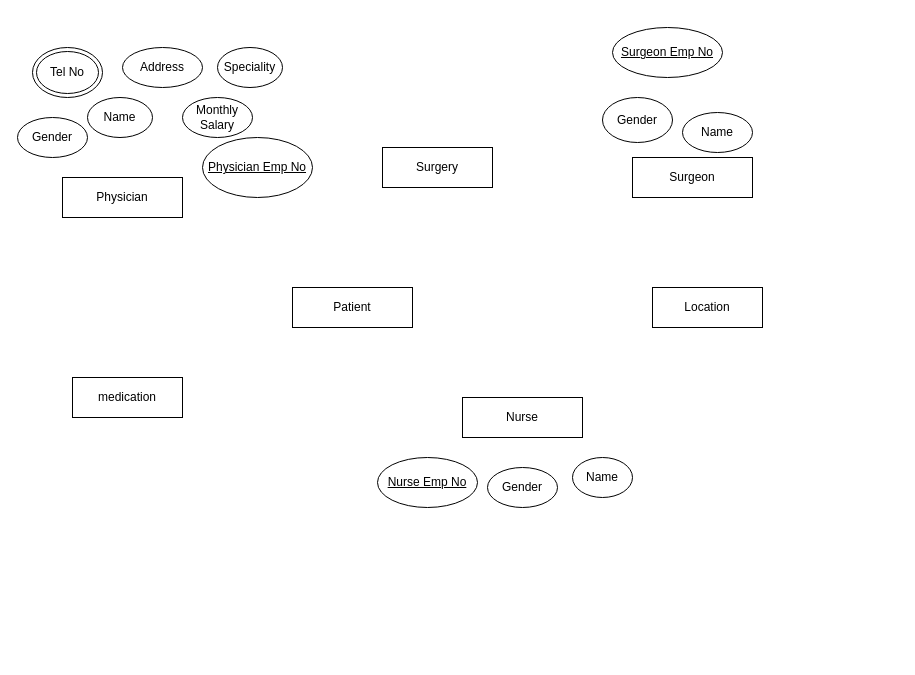
Earlier version of the draw.io diagram Practice Test ER Diagram.drawio (ImaDeSara/ImaDeSara). Source tidied: cells renumbered, new cells numbered last; positions are measured from the earlier drawing's top-left corner, leaving out a move shared by most shapes. Both pictures are drawn from the tidied source at 100%, with x=0, y=0 at pixel (17, 27).
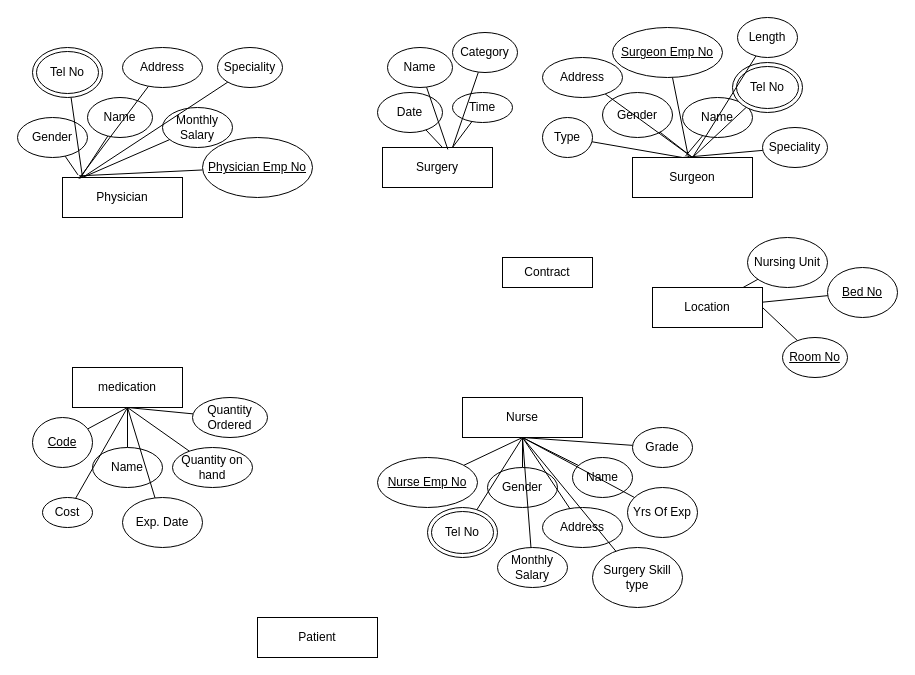
The same diagram, later.

The change refers to these unchanged cells:
```xml
<mxCell id="2" value="Surgeon" style="rounded=0;whiteSpace=wrap;html=1;" parent="1" vertex="1">
  <mxGeometry x="615" y="130" width="120" height="40" as="geometry" />
</mxCell>
<mxCell id="3" value="Physician" style="rounded=0;whiteSpace=wrap;html=1;" parent="1" vertex="1">
  <mxGeometry x="45" y="150" width="120" height="40" as="geometry" />
</mxCell>
<mxCell id="4" value="Nurse" style="rounded=0;whiteSpace=wrap;html=1;" parent="1" vertex="1">
  <mxGeometry x="445" y="370" width="120" height="40" as="geometry" />
</mxCell>
<mxCell id="7" value="Location" style="rounded=0;whiteSpace=wrap;html=1;" parent="1" vertex="1">
  <mxGeometry x="635" y="260" width="110" height="40" as="geometry" />
</mxCell>
<mxCell id="8" value="Surgery" style="rounded=0;whiteSpace=wrap;html=1;" parent="1" vertex="1">
  <mxGeometry x="365" y="120" width="110" height="40" as="geometry" />
</mxCell>
<mxCell id="9" value="&lt;u&gt;Physician Emp No&lt;/u&gt;" style="ellipse;whiteSpace=wrap;html=1;" parent="1" vertex="1">
  <mxGeometry x="185" y="110" width="110" height="60" as="geometry" />
</mxCell>
<mxCell id="10" value="Name" style="ellipse;whiteSpace=wrap;html=1;" parent="1" vertex="1">
  <mxGeometry x="70" y="70" width="65" height="40" as="geometry" />
</mxCell>
<mxCell id="11" value="Gender" style="ellipse;whiteSpace=wrap;html=1;" parent="1" vertex="1">
  <mxGeometry y="90" width="70" height="40" as="geometry" />
</mxCell>
<mxCell id="13" value="Speciality" style="ellipse;whiteSpace=wrap;html=1;" parent="1" vertex="1">
  <mxGeometry x="200" y="20" width="65" height="40" as="geometry" />
</mxCell>
<mxCell id="14" value="Address" style="ellipse;whiteSpace=wrap;html=1;" parent="1" vertex="1">
  <mxGeometry x="105" y="20" width="80" height="40" as="geometry" />
</mxCell>
<mxCell id="15" value="Tel No" style="ellipse;shape=doubleEllipse;whiteSpace=wrap;html=1;" parent="1" vertex="1">
  <mxGeometry x="15" y="20" width="70" height="50" as="geometry" />
</mxCell>
<mxCell id="16" value="Name" style="ellipse;whiteSpace=wrap;html=1;" parent="1" vertex="1">
  <mxGeometry x="555" y="430" width="60" height="40" as="geometry" />
</mxCell>
<mxCell id="19" value="Gender" style="ellipse;whiteSpace=wrap;html=1;" parent="1" vertex="1">
  <mxGeometry x="470" y="440" width="70" height="40" as="geometry" />
</mxCell>
<mxCell id="20" value="&lt;u&gt;Surgeon Emp No&lt;/u&gt;" style="ellipse;whiteSpace=wrap;html=1;" parent="1" vertex="1">
  <mxGeometry x="595" width="110" height="50" as="geometry" />
</mxCell>
<mxCell id="21" value="&lt;u&gt;Nurse Emp No&lt;/u&gt;" style="ellipse;whiteSpace=wrap;html=1;" parent="1" vertex="1">
  <mxGeometry x="360" y="430" width="100" height="50" as="geometry" />
</mxCell>
```

Diff of the diagram source:
```diff
@@
     <mxCell id="5" value="medication" style="rounded=0;whiteSpace=wrap;html=1;" parent="1" vertex="1">
-      <mxGeometry x="55" y="350" width="110" height="40" as="geometry" />
+      <mxGeometry x="55" y="340" width="110" height="40" as="geometry" />
     </mxCell>
     <mxCell id="6" value="Patient" style="rounded=0;whiteSpace=wrap;html=1;" parent="1" vertex="1">
-      <mxGeometry x="275" y="260" width="120" height="40" as="geometry" />
+      <mxGeometry x="240" y="590" width="120" height="40" as="geometry" />
     </mxCell>
@@
+    <mxCell id="22" style="edgeStyle=none;rounded=0;jettySize=auto;html=1;entryX=0.137;entryY=-0.041;entryDx=0;entryDy=0;entryPerimeter=0;endArrow=none;endFill=0;" parent="1" edge="1" source="9" target="3">
+      <mxGeometry relative="1" as="geometry" />
+    </mxCell>
@@
+    <mxCell id="23" style="edgeStyle=none;rounded=0;jettySize=auto;html=1;entryX=0.145;entryY=0.03;entryDx=0;entryDy=0;entryPerimeter=0;endArrow=none;endFill=0;" parent="1" edge="1" source="10" target="3">
+      <mxGeometry relative="1" as="geometry" />
+    </mxCell>
@@
+    <mxCell id="24" style="rounded=0;jettySize=auto;html=1;entryX=0.129;entryY=-0.065;entryDx=0;entryDy=0;entryPerimeter=0;endArrow=none;endFill=0;" parent="1" edge="1" source="11" target="3">
+      <mxGeometry relative="1" as="geometry" />
+    </mxCell>
@@
+    <mxCell id="25" style="edgeStyle=none;rounded=0;jettySize=auto;html=1;endArrow=none;endFill=0;" parent="1" edge="1" source="12">
+      <mxGeometry relative="1" as="geometry">
+        <mxPoint x="65" y="150" as="targetPoint" />
+      </mxGeometry>
+    </mxCell>
     <mxCell id="12" value="Monthly Salary" style="ellipse;whiteSpace=wrap;html=1;" parent="1" vertex="1">
-      <mxGeometry x="165" y="70" width="70" height="40" as="geometry" />
+      <mxGeometry x="145" y="80" width="70" height="40" as="geometry" />
     </mxCell>
+    <mxCell id="26" style="edgeStyle=none;rounded=0;jettySize=auto;html=1;endArrow=none;endFill=0;" parent="1" edge="1" source="13">
+      <mxGeometry relative="1" as="geometry">
+        <mxPoint x="65" y="150" as="targetPoint" />
+      </mxGeometry>
+    </mxCell>
@@
+    <mxCell id="27" style="edgeStyle=none;rounded=0;jettySize=auto;html=1;entryX=0.137;entryY=0.03;entryDx=0;entryDy=0;entryPerimeter=0;endArrow=none;endFill=0;" parent="1" edge="1" source="14" target="3">
+      <mxGeometry relative="1" as="geometry" />
+    </mxCell>
@@
+    <mxCell id="28" style="edgeStyle=none;rounded=0;jettySize=auto;html=1;entryX=0.167;entryY=0;entryDx=0;entryDy=0;entryPerimeter=0;endArrow=none;endFill=0;" parent="1" edge="1" source="15" target="3">
+      <mxGeometry relative="1" as="geometry" />
+    </mxCell>
@@
+    <mxCell id="29" style="edgeStyle=none;rounded=0;jettySize=auto;html=1;entryX=0.5;entryY=1;entryDx=0;entryDy=0;endArrow=none;endFill=0;" parent="1" edge="1" source="16" target="4">
+      <mxGeometry relative="1" as="geometry" />
+    </mxCell>
@@
+    <mxCell id="30" style="edgeStyle=none;rounded=0;jettySize=auto;html=1;entryX=0.442;entryY=-0.036;entryDx=0;entryDy=0;entryPerimeter=0;endArrow=none;endFill=0;" parent="1" edge="1" source="17" target="2">
+      <mxGeometry relative="1" as="geometry" />
+    </mxCell>
     <mxCell id="17" value="Name" style="ellipse;whiteSpace=wrap;html=1;" parent="1" vertex="1">
-      <mxGeometry x="665" y="85" width="70" height="40" as="geometry" />
+      <mxGeometry x="665" y="70" width="70" height="40" as="geometry" />
     </mxCell>
+    <mxCell id="31" style="edgeStyle=none;rounded=0;jettySize=auto;html=1;endArrow=none;endFill=0;" parent="1" edge="1" source="18">
+      <mxGeometry relative="1" as="geometry">
+        <mxPoint x="675" y="130" as="targetPoint" />
+      </mxGeometry>
+    </mxCell>
     <mxCell id="18" value="Gender" style="ellipse;whiteSpace=wrap;html=1;" parent="1" vertex="1">
-      <mxGeometry x="585" y="70" width="70" height="45" as="geometry" />
+      <mxGeometry x="585" y="65" width="70" height="45" as="geometry" />
     </mxCell>
+    <mxCell id="32" style="edgeStyle=none;rounded=0;jettySize=auto;html=1;endArrow=none;endFill=0;" parent="1" edge="1" source="19" target="4">
+      <mxGeometry relative="1" as="geometry" />
+    </mxCell>
@@
+    <mxCell id="33" style="edgeStyle=none;rounded=0;jettySize=auto;html=1;endArrow=none;endFill=0;" parent="1" edge="1" source="20" target="2">
+      <mxGeometry relative="1" as="geometry" />
+    </mxCell>
@@
+    <mxCell id="34" style="edgeStyle=none;rounded=0;jettySize=auto;html=1;entryX=0.5;entryY=1;entryDx=0;entryDy=0;endArrow=none;endFill=0;" parent="1" edge="1" source="21" target="4">
+      <mxGeometry relative="1" as="geometry" />
+    </mxCell>
@@
+    <mxCell id="35" style="edgeStyle=none;rounded=0;jettySize=auto;html=1;endArrow=none;endFill=0;" parent="1" edge="1" source="36">
+      <mxGeometry relative="1" as="geometry">
+        <mxPoint x="675" y="130" as="targetPoint" />
+      </mxGeometry>
+    </mxCell>
+    <mxCell id="36" value="Address" style="ellipse;whiteSpace=wrap;html=1;" parent="1" vertex="1">
+      <mxGeometry x="525" y="30" width="80" height="40" as="geometry" />
+    </mxCell>
+    <mxCell id="37" style="edgeStyle=none;rounded=0;jettySize=auto;html=1;endArrow=none;endFill=0;" parent="1" edge="1" source="38">
+      <mxGeometry relative="1" as="geometry">
+        <mxPoint x="505" y="410" as="targetPoint" />
+      </mxGeometry>
+    </mxCell>
+    <mxCell id="38" value="Address" style="ellipse;whiteSpace=wrap;html=1;" parent="1" vertex="1">
+      <mxGeometry x="525" y="480" width="80" height="40" as="geometry" />
+    </mxCell>
+    <mxCell id="39" style="edgeStyle=none;rounded=0;jettySize=auto;html=1;endArrow=none;endFill=0;" parent="1" edge="1" source="40">
+      <mxGeometry relative="1" as="geometry">
+        <mxPoint x="675" y="130" as="targetPoint" />
+      </mxGeometry>
+    </mxCell>
+    <mxCell id="40" value="Tel No" style="ellipse;shape=doubleEllipse;whiteSpace=wrap;html=1;" parent="1" vertex="1">
+      <mxGeometry x="715" y="35" width="70" height="50" as="geometry" />
+    </mxCell>
+    <mxCell id="41" style="edgeStyle=none;rounded=0;jettySize=auto;html=1;entryX=0.5;entryY=1;entryDx=0;entryDy=0;endArrow=none;endFill=0;" parent="1" edge="1" source="42" target="4">
+      <mxGeometry relative="1" as="geometry" />
+    </mxCell>
+    <mxCell id="42" value="Tel No" style="ellipse;shape=doubleEllipse;whiteSpace=wrap;html=1;" parent="1" vertex="1">
+      <mxGeometry x="410" y="480" width="70" height="50" as="geometry" />
+    </mxCell>
+    <mxCell id="43" style="edgeStyle=none;rounded=0;jettySize=auto;html=1;endArrow=none;endFill=0;" parent="1" edge="1" source="44">
+      <mxGeometry relative="1" as="geometry">
+        <mxPoint x="665" y="130" as="targetPoint" />
+      </mxGeometry>
+    </mxCell>
+    <mxCell id="44" value="Speciality" style="ellipse;whiteSpace=wrap;html=1;" parent="1" vertex="1">
+      <mxGeometry x="745" y="100" width="65" height="40" as="geometry" />
+    </mxCell>
+    <mxCell id="45" style="edgeStyle=none;rounded=0;jettySize=auto;html=1;endArrow=none;endFill=0;" parent="1" edge="1" source="46">
+      <mxGeometry relative="1" as="geometry">
+        <mxPoint x="665" y="130" as="targetPoint" />
+      </mxGeometry>
+    </mxCell>
+    <mxCell id="46" value="Type" style="ellipse;whiteSpace=wrap;html=1;" parent="1" vertex="1">
+      <mxGeometry x="525" y="90" width="50" height="40" as="geometry" />
+    </mxCell>
+    <mxCell id="47" style="edgeStyle=none;rounded=0;jettySize=auto;html=1;endArrow=none;endFill=0;" parent="1" edge="1" source="48">
+      <mxGeometry relative="1" as="geometry">
+        <mxPoint x="675" y="130" as="targetPoint" />
+      </mxGeometry>
+    </mxCell>
+    <mxCell id="48" value="Length" style="ellipse;whiteSpace=wrap;html=1;" parent="1" vertex="1">
+      <mxGeometry x="720" y="-10" width="60" height="40" as="geometry" />
+    </mxCell>
+    <mxCell id="49" value="Contract" style="rounded=0;whiteSpace=wrap;html=1;" parent="1" vertex="1">
+      <mxGeometry x="485" y="230" width="90" height="30" as="geometry" />
+    </mxCell>
+    <mxCell id="50" style="edgeStyle=none;rounded=0;jettySize=auto;html=1;entryX=0.5;entryY=1;entryDx=0;entryDy=0;endArrow=none;endFill=0;" parent="1" edge="1" source="51" target="4">
+      <mxGeometry relative="1" as="geometry" />
+    </mxCell>
+    <mxCell id="51" value="Monthly Salary" style="ellipse;whiteSpace=wrap;html=1;" parent="1" vertex="1">
+      <mxGeometry x="480" y="520" width="70" height="40" as="geometry" />
+    </mxCell>
+    <mxCell id="52" style="edgeStyle=none;rounded=0;jettySize=auto;html=1;entryX=0.5;entryY=1;entryDx=0;entryDy=0;endArrow=none;endFill=0;" parent="1" edge="1" source="53" target="4">
+      <mxGeometry relative="1" as="geometry" />
+    </mxCell>
+    <mxCell id="53" value="Grade" style="ellipse;whiteSpace=wrap;html=1;" parent="1" vertex="1">
+      <mxGeometry x="615" y="400" width="60" height="40" as="geometry" />
+    </mxCell>
+    <mxCell id="54" style="edgeStyle=none;rounded=0;jettySize=auto;html=1;entryX=0.5;entryY=1;entryDx=0;entryDy=0;endArrow=none;endFill=0;" parent="1" edge="1" source="55" target="4">
+      <mxGeometry relative="1" as="geometry" />
+    </mxCell>
+    <mxCell id="55" value="Yrs Of Exp" style="ellipse;whiteSpace=wrap;html=1;" parent="1" vertex="1">
+      <mxGeometry x="610" y="460" width="70" height="50" as="geometry" />
+    </mxCell>
+    <mxCell id="56" style="edgeStyle=none;rounded=0;jettySize=auto;html=1;entryX=0.5;entryY=1;entryDx=0;entryDy=0;endArrow=none;endFill=0;" parent="1" edge="1" source="57" target="4">
+      <mxGeometry relative="1" as="geometry" />
+    </mxCell>
+    <mxCell id="57" value="Surgery Skill type" style="ellipse;whiteSpace=wrap;html=1;" parent="1" vertex="1">
+      <mxGeometry x="575" y="520" width="90" height="60" as="geometry" />
+    </mxCell>
+    <mxCell id="58" style="edgeStyle=none;rounded=0;jettySize=auto;html=1;endArrow=none;endFill=0;" parent="1" edge="1" source="59" target="7">
+      <mxGeometry relative="1" as="geometry" />
+    </mxCell>
+    <mxCell id="59" value="&lt;u&gt;Bed No&lt;/u&gt;" style="ellipse;whiteSpace=wrap;html=1;" parent="1" vertex="1">
+      <mxGeometry x="810" y="240" width="70" height="50" as="geometry" />
+    </mxCell>
+    <mxCell id="60" style="edgeStyle=none;rounded=0;jettySize=auto;html=1;entryX=1;entryY=0.5;entryDx=0;entryDy=0;endArrow=none;endFill=0;" parent="1" edge="1" source="61" target="7">
+      <mxGeometry relative="1" as="geometry" />
+    </mxCell>
+    <mxCell id="61" value="&lt;u&gt;Room No&lt;/u&gt;" style="ellipse;whiteSpace=wrap;html=1;" parent="1" vertex="1">
+      <mxGeometry x="765" y="310" width="65" height="40" as="geometry" />
+    </mxCell>
+    <mxCell id="62" style="edgeStyle=none;rounded=0;jettySize=auto;html=1;endArrow=none;endFill=0;" parent="1" edge="1" source="63" target="7">
+      <mxGeometry relative="1" as="geometry" />
+    </mxCell>
+    <mxCell id="63" value="Nursing Unit" style="ellipse;whiteSpace=wrap;html=1;" parent="1" vertex="1">
+      <mxGeometry x="730" y="210" width="80" height="50" as="geometry" />
+    </mxCell>
+    <mxCell id="64" style="edgeStyle=none;rounded=0;jettySize=auto;html=1;entryX=0.5;entryY=1;entryDx=0;entryDy=0;endArrow=none;endFill=0;" parent="1" edge="1" source="65" target="5">
+      <mxGeometry relative="1" as="geometry" />
+    </mxCell>
+    <mxCell id="65" value="&lt;u&gt;Code&lt;/u&gt;" style="ellipse;whiteSpace=wrap;html=1;" parent="1" vertex="1">
+      <mxGeometry x="15" y="390" width="60" height="50" as="geometry" />
+    </mxCell>
+    <mxCell id="66" style="edgeStyle=none;rounded=0;jettySize=auto;html=1;endArrow=none;endFill=0;" parent="1" edge="1" source="67" target="5">
+      <mxGeometry relative="1" as="geometry" />
+    </mxCell>
+    <mxCell id="67" value="Name" style="ellipse;whiteSpace=wrap;html=1;" parent="1" vertex="1">
+      <mxGeometry x="75" y="420" width="70" height="40" as="geometry" />
+    </mxCell>
+    <mxCell id="68" style="edgeStyle=none;rounded=0;jettySize=auto;html=1;entryX=0.5;entryY=1;entryDx=0;entryDy=0;endArrow=none;endFill=0;" parent="1" edge="1" source="69" target="5">
+      <mxGeometry relative="1" as="geometry" />
+    </mxCell>
+    <mxCell id="69" value="Quantity on hand" style="ellipse;whiteSpace=wrap;html=1;" parent="1" vertex="1">
+      <mxGeometry x="155" y="420" width="80" height="40" as="geometry" />
+    </mxCell>
+    <mxCell id="70" style="edgeStyle=none;rounded=0;jettySize=auto;html=1;entryX=0.5;entryY=1;entryDx=0;entryDy=0;endArrow=none;endFill=0;" parent="1" edge="1" source="71" target="5">
+      <mxGeometry relative="1" as="geometry" />
+    </mxCell>
+    <mxCell id="71" value="Quantity Ordered" style="ellipse;whiteSpace=wrap;html=1;" parent="1" vertex="1">
+      <mxGeometry x="175" y="370" width="75" height="40" as="geometry" />
+    </mxCell>
+    <mxCell id="72" style="edgeStyle=none;rounded=0;jettySize=auto;html=1;entryX=0.5;entryY=1;entryDx=0;entryDy=0;endArrow=none;endFill=0;" parent="1" edge="1" source="73" target="5">
+      <mxGeometry relative="1" as="geometry" />
+    </mxCell>
+    <mxCell id="73" value="Cost" style="ellipse;whiteSpace=wrap;html=1;" parent="1" vertex="1">
+      <mxGeometry x="25" y="470" width="50" height="30" as="geometry" />
+    </mxCell>
+    <mxCell id="74" style="edgeStyle=none;rounded=0;jettySize=auto;html=1;entryX=0.5;entryY=1;entryDx=0;entryDy=0;endArrow=none;endFill=0;" parent="1" edge="1" source="75" target="5">
+      <mxGeometry relative="1" as="geometry" />
+    </mxCell>
+    <mxCell id="75" value="Exp. Date" style="ellipse;whiteSpace=wrap;html=1;" parent="1" vertex="1">
+      <mxGeometry x="105" y="470" width="80" height="50" as="geometry" />
+    </mxCell>
+    <mxCell id="76" style="edgeStyle=none;rounded=0;jettySize=auto;html=1;endArrow=none;endFill=0;" parent="1" edge="1" source="77">
+      <mxGeometry relative="1" as="geometry">
+        <mxPoint x="425" y="120" as="targetPoint" />
+      </mxGeometry>
+    </mxCell>
+    <mxCell id="77" value="Date" style="ellipse;whiteSpace=wrap;html=1;fontFamily=Helvetica;fontSize=12;fontColor=rgba(0, 0, 0, 1);align=center;strokeColor=rgba(0, 0, 0, 1);fillColor=rgba(255, 255, 255, 1);" parent="1" vertex="1">
+      <mxGeometry x="360" y="65" width="65" height="40" as="geometry" />
+    </mxCell>
+    <mxCell id="78" style="edgeStyle=none;rounded=0;jettySize=auto;html=1;endArrow=none;endFill=0;" parent="1" edge="1" source="79" target="8">
+      <mxGeometry relative="1" as="geometry" />
+    </mxCell>
+    <mxCell id="79" value="Time" style="ellipse;whiteSpace=wrap;html=1;" parent="1" vertex="1">
+      <mxGeometry x="435" y="65" width="60" height="30" as="geometry" />
+    </mxCell>
+    <mxCell id="80" style="edgeStyle=none;rounded=0;jettySize=auto;html=1;entryX=0.594;entryY=0.048;entryDx=0;entryDy=0;entryPerimeter=0;endArrow=none;endFill=0;" parent="1" edge="1" source="81" target="8">
+      <mxGeometry relative="1" as="geometry" />
+    </mxCell>
+    <mxCell id="81" value="Name" style="ellipse;whiteSpace=wrap;html=1;" parent="1" vertex="1">
+      <mxGeometry x="370" y="20" width="65" height="40" as="geometry" />
+    </mxCell>
+    <mxCell id="82" style="edgeStyle=none;rounded=0;jettySize=auto;html=1;endArrow=none;endFill=0;" parent="1" edge="1" source="83">
+      <mxGeometry relative="1" as="geometry">
+        <mxPoint x="435" y="120" as="targetPoint" />
+      </mxGeometry>
+    </mxCell>
+    <mxCell id="83" value="Category" style="ellipse;whiteSpace=wrap;html=1;" parent="1" vertex="1">
+      <mxGeometry x="435" y="5" width="65" height="40" as="geometry" />
+    </mxCell>
```
